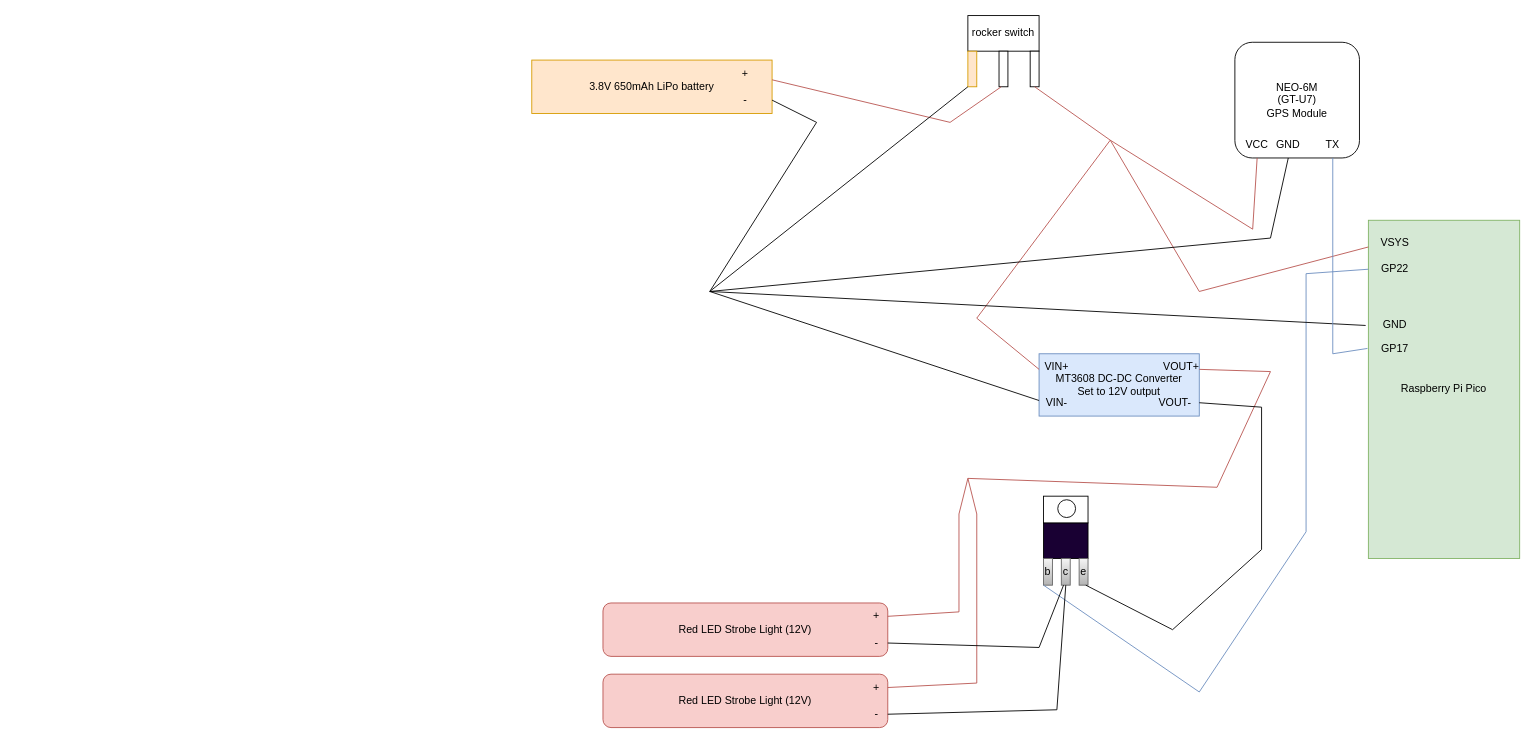
Above: page "Page-1" (1 of 2) of schematic.drawio in TimHanewich/deceleration-strobe (draw.io), before the change. Source tidied: cells renumbered, new cells numbered last; positions are measured from the earlier drawing's top-left corner, leaving out a move shared by most shapes. Both pictures are drawn from the tidied source at 89%, with x=0, y=0 at pixel (531, 15).
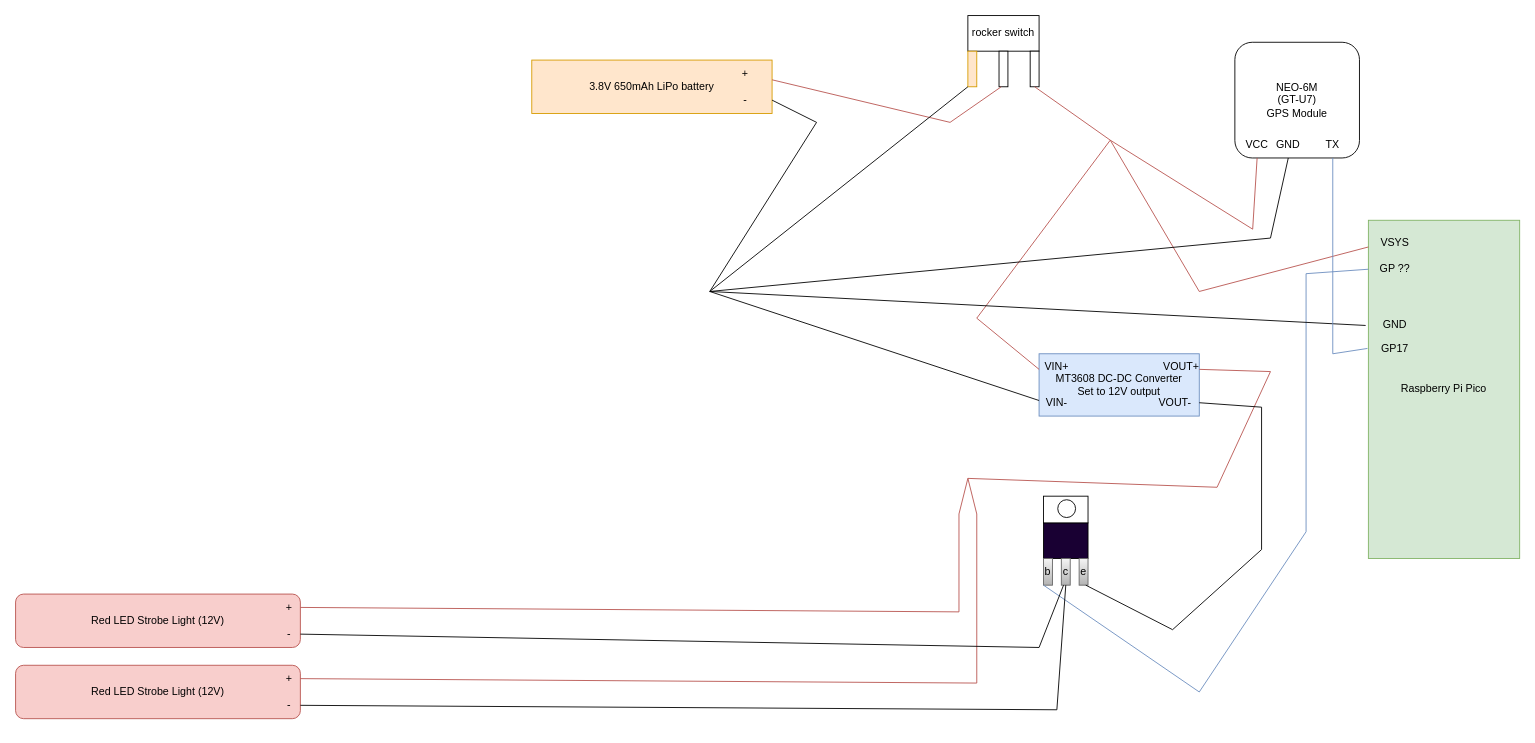
The same diagram, later.

Commit message:
Moved lights far away

What changed in the source:
```diff
@@
     <mxCell id="32" value="Red LED Strobe Light (12V)" style="rounded=1;whiteSpace=wrap;html=1;fillColor=#f8cecc;strokeColor=#b85450;" parent="1" vertex="1">
-      <mxGeometry x="80" y="660" width="320" height="60" as="geometry" />
+      <mxGeometry x="-580" y="650" width="320" height="60" as="geometry" />
     </mxCell>
     <mxCell id="33" value="+" style="text;html=1;strokeColor=none;fillColor=none;align=center;verticalAlign=middle;whiteSpace=wrap;rounded=0;" parent="1" vertex="1">
-      <mxGeometry x="375" y="660" width="25" height="30" as="geometry" />
+      <mxGeometry x="-285" y="650" width="25" height="30" as="geometry" />
     </mxCell>
@@
-    <mxCell id="48" value="GP22" style="text;html=1;strokeColor=none;fillColor=none;align=center;verticalAlign=middle;whiteSpace=wrap;rounded=0;" parent="1" vertex="1">
+    <mxCell id="48" value="GP ??" style="text;html=1;strokeColor=none;fillColor=none;align=center;verticalAlign=middle;whiteSpace=wrap;rounded=0;" parent="1" vertex="1">
       <mxGeometry x="940" y="270" width="60" height="30" as="geometry" />
     </mxCell>
@@
     <mxCell id="58" value="-" style="text;html=1;strokeColor=none;fillColor=none;align=center;verticalAlign=middle;whiteSpace=wrap;rounded=0;" parent="1" vertex="1">
-      <mxGeometry x="375" y="690" width="25" height="30" as="geometry" />
+      <mxGeometry x="-285" y="680" width="25" height="30" as="geometry" />
     </mxCell>
@@
     <mxCell id="63" value="Red LED Strobe Light (12V)" style="rounded=1;whiteSpace=wrap;html=1;fillColor=#f8cecc;strokeColor=#b85450;" parent="1" vertex="1">
-      <mxGeometry x="80" y="740" width="320" height="60" as="geometry" />
+      <mxGeometry x="-580" y="730" width="320" height="60" as="geometry" />
     </mxCell>
     <mxCell id="64" value="+" style="text;html=1;strokeColor=none;fillColor=none;align=center;verticalAlign=middle;whiteSpace=wrap;rounded=0;" parent="1" vertex="1">
-      <mxGeometry x="375" y="740" width="25" height="30" as="geometry" />
+      <mxGeometry x="-285" y="730" width="25" height="30" as="geometry" />
     </mxCell>
     <mxCell id="65" value="-" style="text;html=1;strokeColor=none;fillColor=none;align=center;verticalAlign=middle;whiteSpace=wrap;rounded=0;" parent="1" vertex="1">
-      <mxGeometry x="375" y="770" width="25" height="30" as="geometry" />
+      <mxGeometry x="-285" y="760" width="25" height="30" as="geometry" />
     </mxCell>
```
